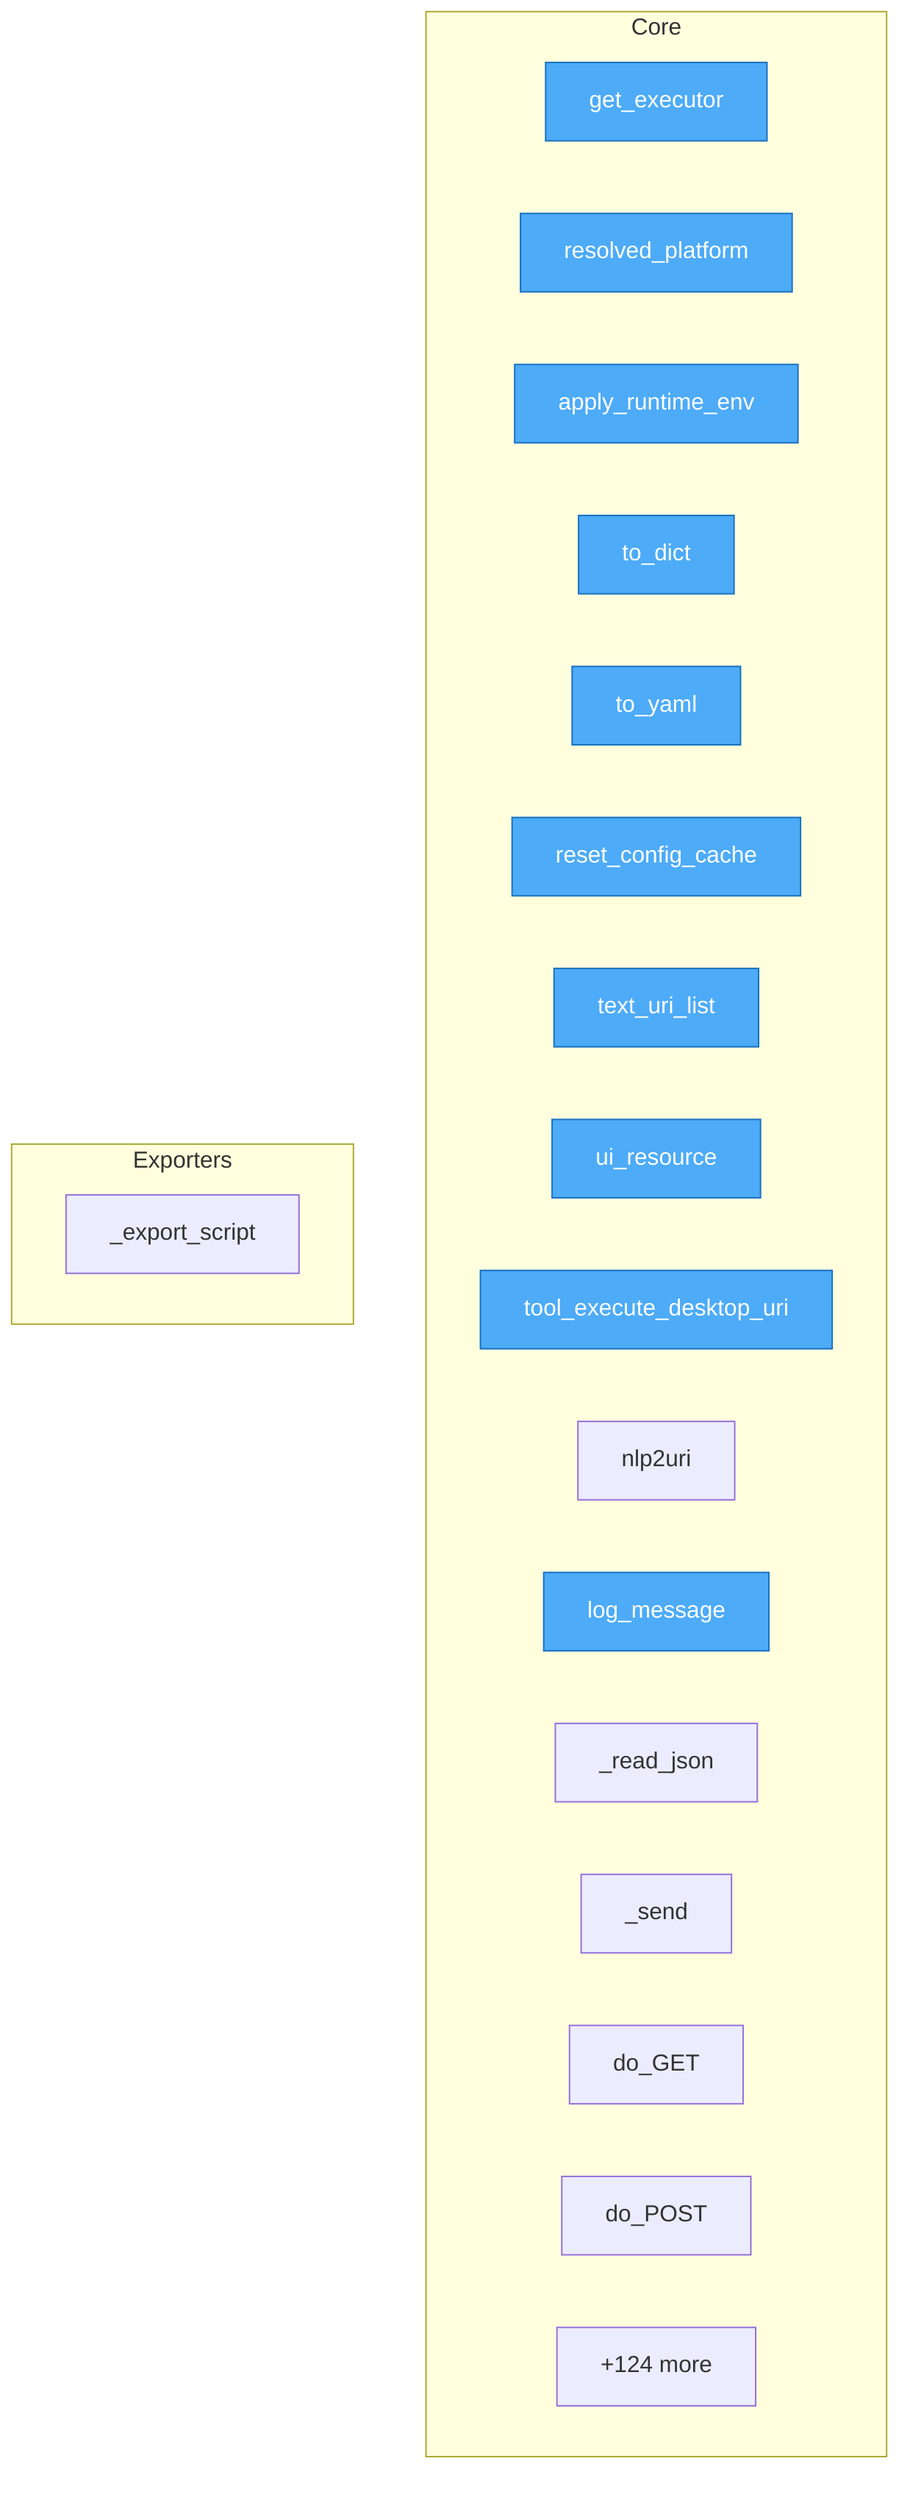
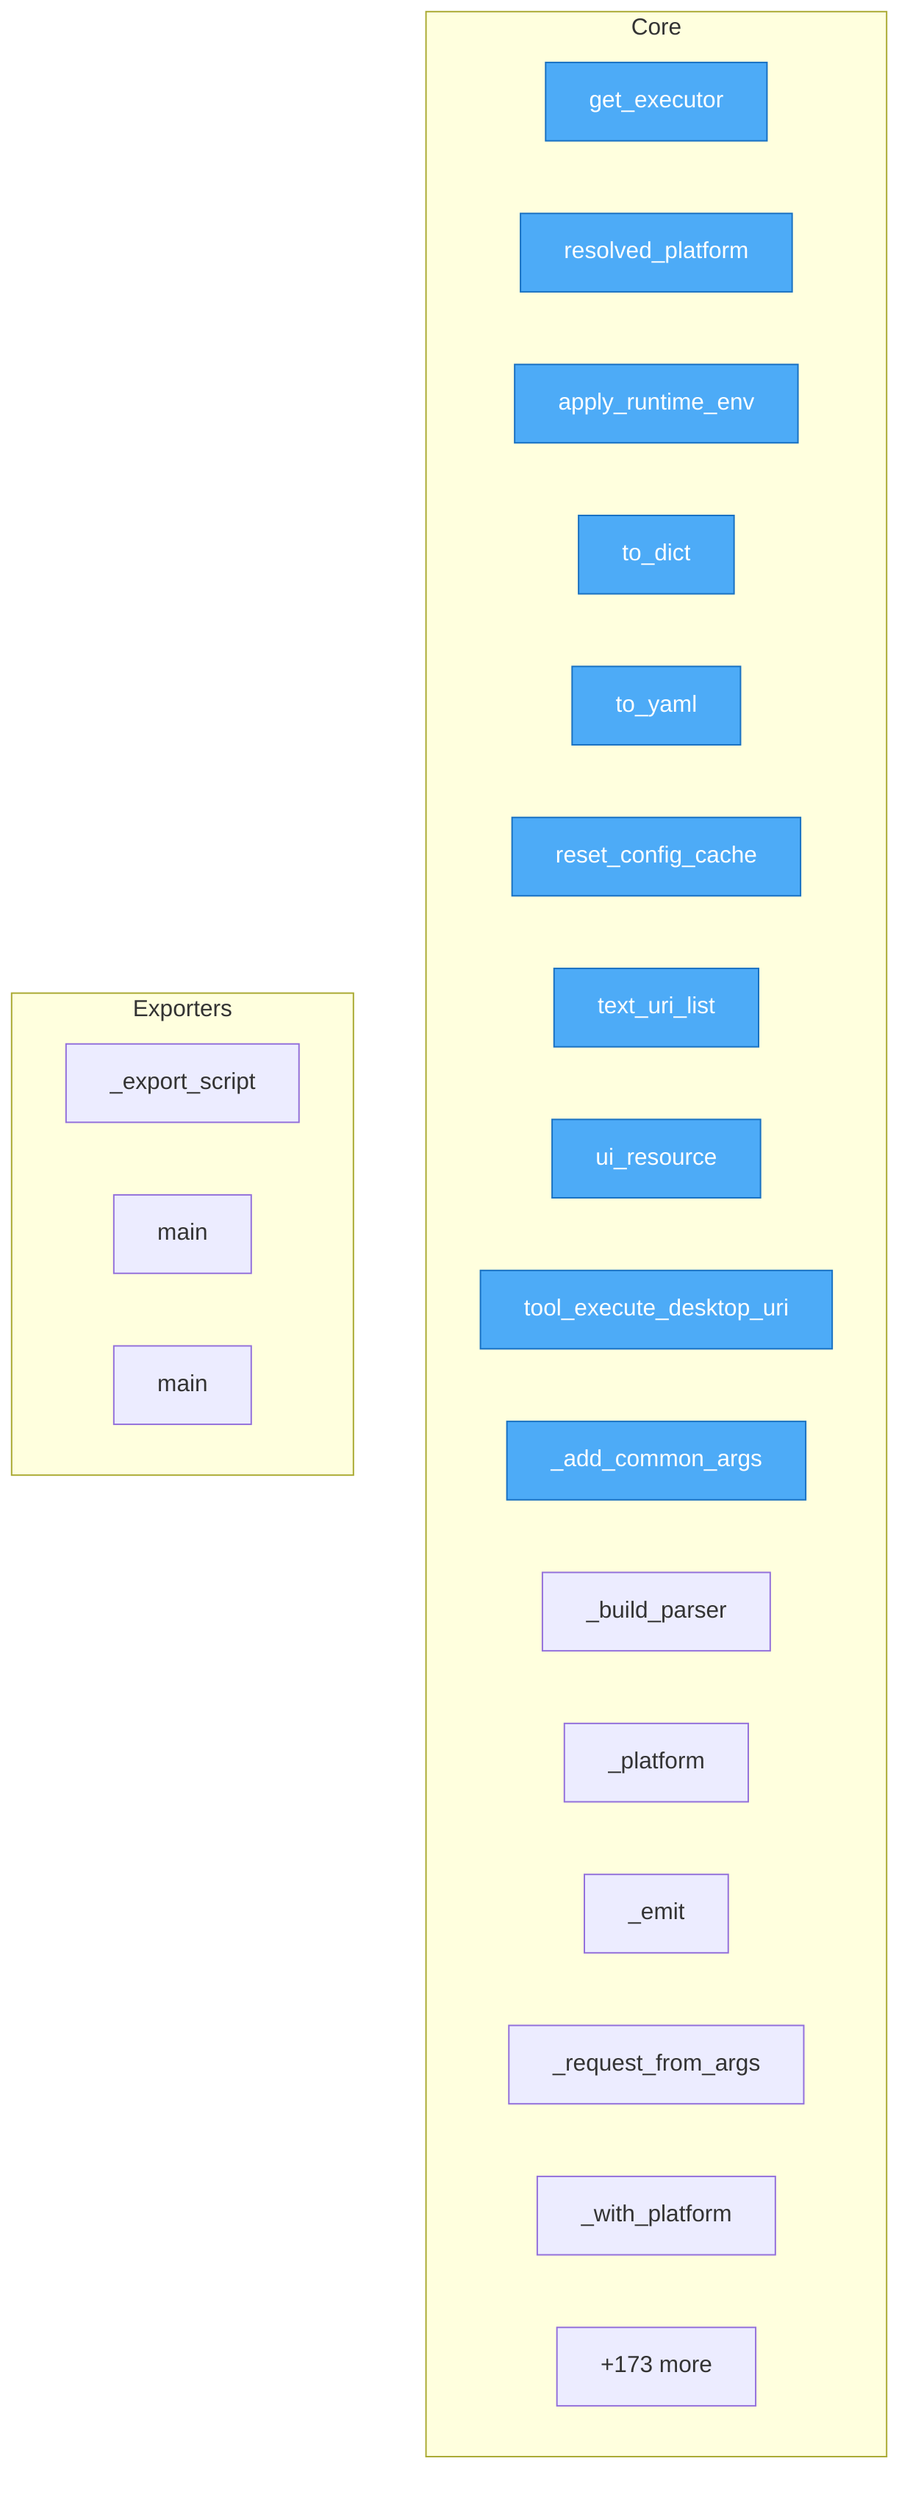
flowchart TD
- %% generated in 0.01s
+ %% generated in 0.02s

    %% Entry points (blue)
    classDef entry fill:#4dabf7,stroke:#1971c2,color:#fff

    subgraph Core
        src__nlp2uri__runtime__get_executor["get_executor"]
        src__nlp2uri__config__NLP2URIConfig__resolved_platform["resolved_platform"]
        src__nlp2uri__config__NLP2URIConfig__apply_runtime_env["apply_runtime_env"]
        src__nlp2uri__config__NLP2URIConfig__to_dict["to_dict"]
        src__nlp2uri__config__NLP2URIConfig__to_yaml["to_yaml"]
        src__nlp2uri__config__reset_config_cache["reset_config_cache"]
        src__nlp2uri__mcp__text_uri_list["text_uri_list"]
        src__nlp2uri__mcp__ui_resource["ui_resource"]
        src__nlp2uri__mcp__tool_execute_desktop_uri["tool_execute_desktop_uri"]
-         src__nlp2uri__resolve__nlp2uri["nlp2uri"]
-         src__nlp2uri__integrators__rest_server__NLP2URIRequestHandler__log_message["log_message"]
-         src__nlp2uri__integrators__rest_server__NLP2URIRequestHandler___read_json["_read_json"]
-         src__nlp2uri__integrators__rest_server__NLP2URIRequestHandler___send["_send"]
-         src__nlp2uri__integrators__rest_server__NLP2URIRequestHandler__do_GET["do_GET"]
-         src__nlp2uri__integrators__rest_server__NLP2URIRequestHandler__do_POST["do_POST"]
-         ...["+124 more"]
+         src__nlp2uri__cli___add_common_args["_add_common_args"]
+         src__nlp2uri__cli___build_parser["_build_parser"]
+         src__nlp2uri__cli___platform["_platform"]
+         src__nlp2uri__cli___emit["_emit"]
+         src__nlp2uri__cli___request_from_args["_request_from_args"]
+         src__nlp2uri__cli___with_platform["_with_platform"]
+         ...["+173 more"]
    end

    subgraph Exporters
        src__nlp2uri__adapters__shell__ShellAdapter___export_script["_export_script"]
+         schemas__codegen__export_driver_stubs__main["main"]
+         schemas__codegen__export_mcp_schemas__main["main"]
    end

-     class src__nlp2uri__runtime__get_executor,src__nlp2uri__config__NLP2URIConfig__resolved_platform,src__nlp2uri__config__NLP2URIConfig__apply_runtime_env,src__nlp2uri__config__NLP2URIConfig__to_dict,src__nlp2uri__config__NLP2URIConfig__to_yaml,src__nlp2uri__config__reset_config_cache,src__nlp2uri__mcp__text_uri_list,src__nlp2uri__mcp__ui_resource,src__nlp2uri__mcp__tool_execute_desktop_uri,src__nlp2uri__integrators__rest_server__NLP2URIRequestHandler__log_message entry
+     class src__nlp2uri__runtime__get_executor,src__nlp2uri__config__NLP2URIConfig__resolved_platform,src__nlp2uri__config__NLP2URIConfig__apply_runtime_env,src__nlp2uri__config__NLP2URIConfig__to_dict,src__nlp2uri__config__NLP2URIConfig__to_yaml,src__nlp2uri__config__reset_config_cache,src__nlp2uri__mcp__text_uri_list,src__nlp2uri__mcp__ui_resource,src__nlp2uri__mcp__tool_execute_desktop_uri,src__nlp2uri__cli___add_common_args entry
